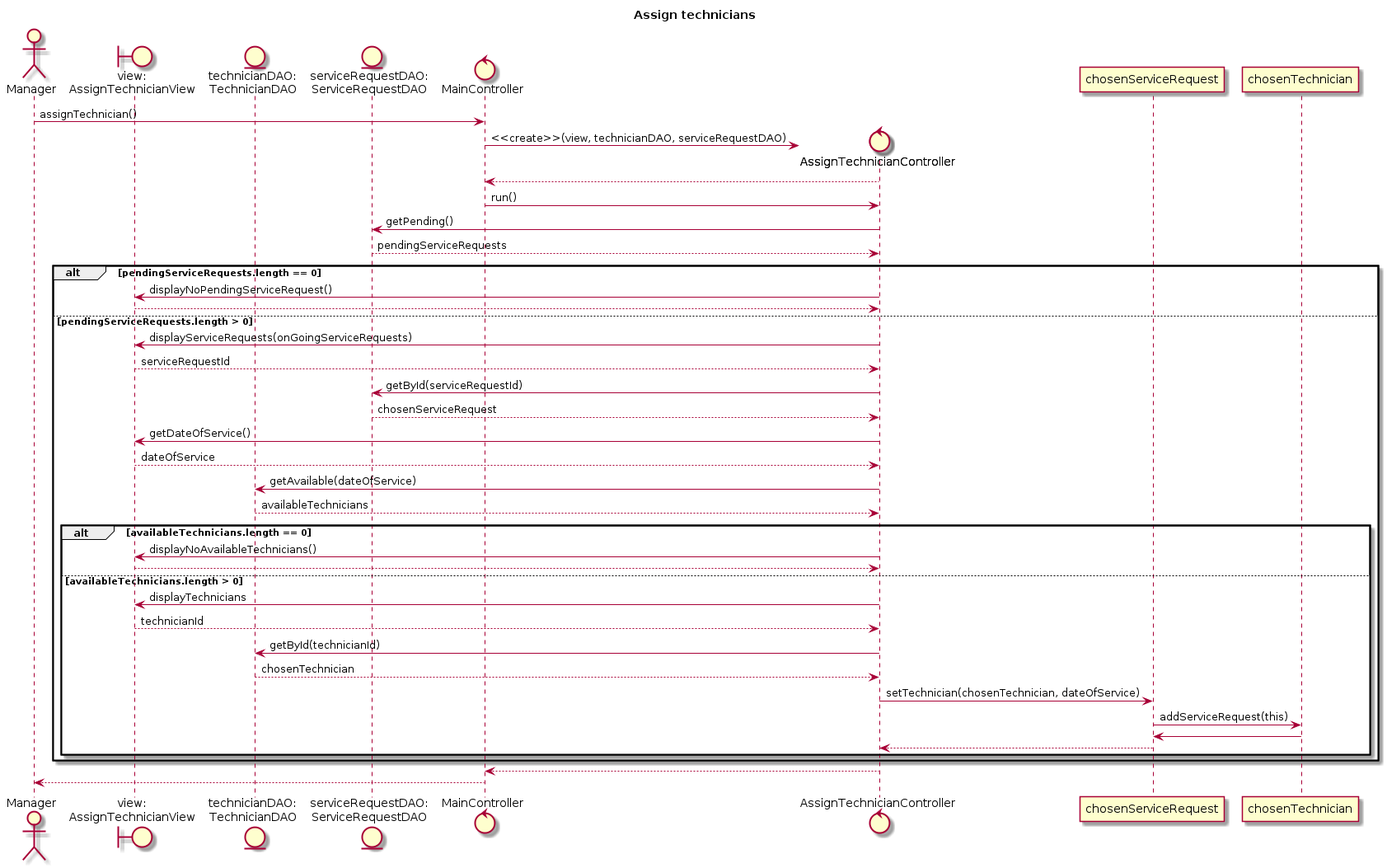
wongjiahau/software-design-assignment keeps this PlantUML diagram as sequence-diagrams/assignTechnicians.png. Above is the earlier version.
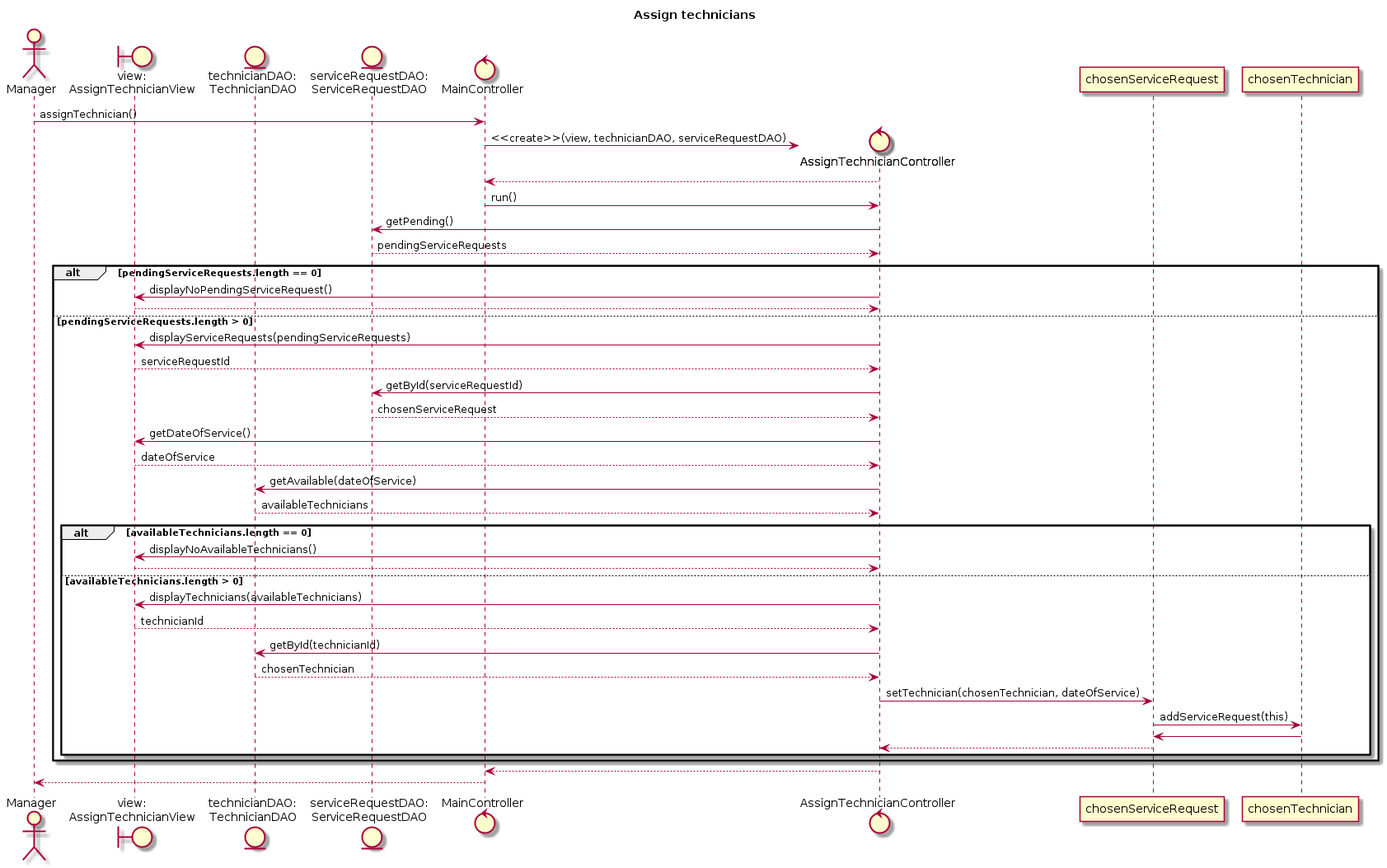
The same file after the commit.

What changed in the source:
```diff
@@ -17,7 +17,7 @@
     controller -> view : displayNoPendingServiceRequest()
     view --> controller
 else pendingServiceRequests.length > 0
-    controller -> view : displayServiceRequests(onGoingServiceRequests)
+    controller -> view : displayServiceRequests(pendingServiceRequests)
     view --> controller : serviceRequestId
     controller -> srDAO : getById(serviceRequestId)
     srDAO --> controller : chosenServiceRequest
@@ -29,7 +29,7 @@
         controller -> view : displayNoAvailableTechnicians()
         view --> controller
     else availableTechnicians.length > 0
-        controller -> view : displayTechnicians
+        controller -> view : displayTechnicians(availableTechnicians)
         view --> controller : technicianId
         controller -> tDAO : getById(technicianId)
         tDAO --> controller : chosenTechnician
```
